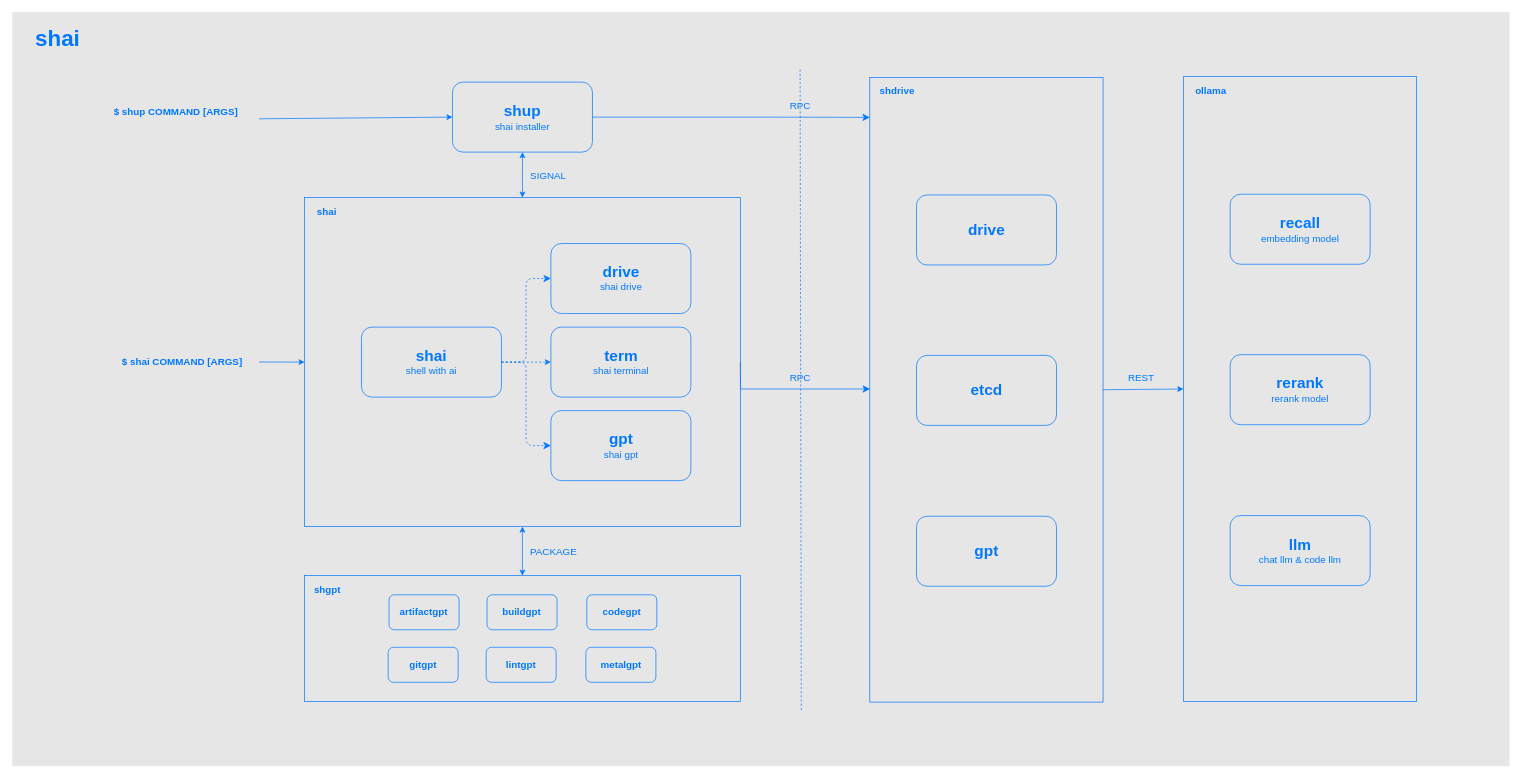
The draw.io diagram arch.drawio in ai-flowx/.github, before the edit. Source tidied: cells renumbered, new cells numbered last; positions are measured from the earlier drawing's top-left corner, leaving out a move shared by most shapes. Both pictures are drawn from the tidied source at 70%, with x=0, y=0 at pixel (12, 11).
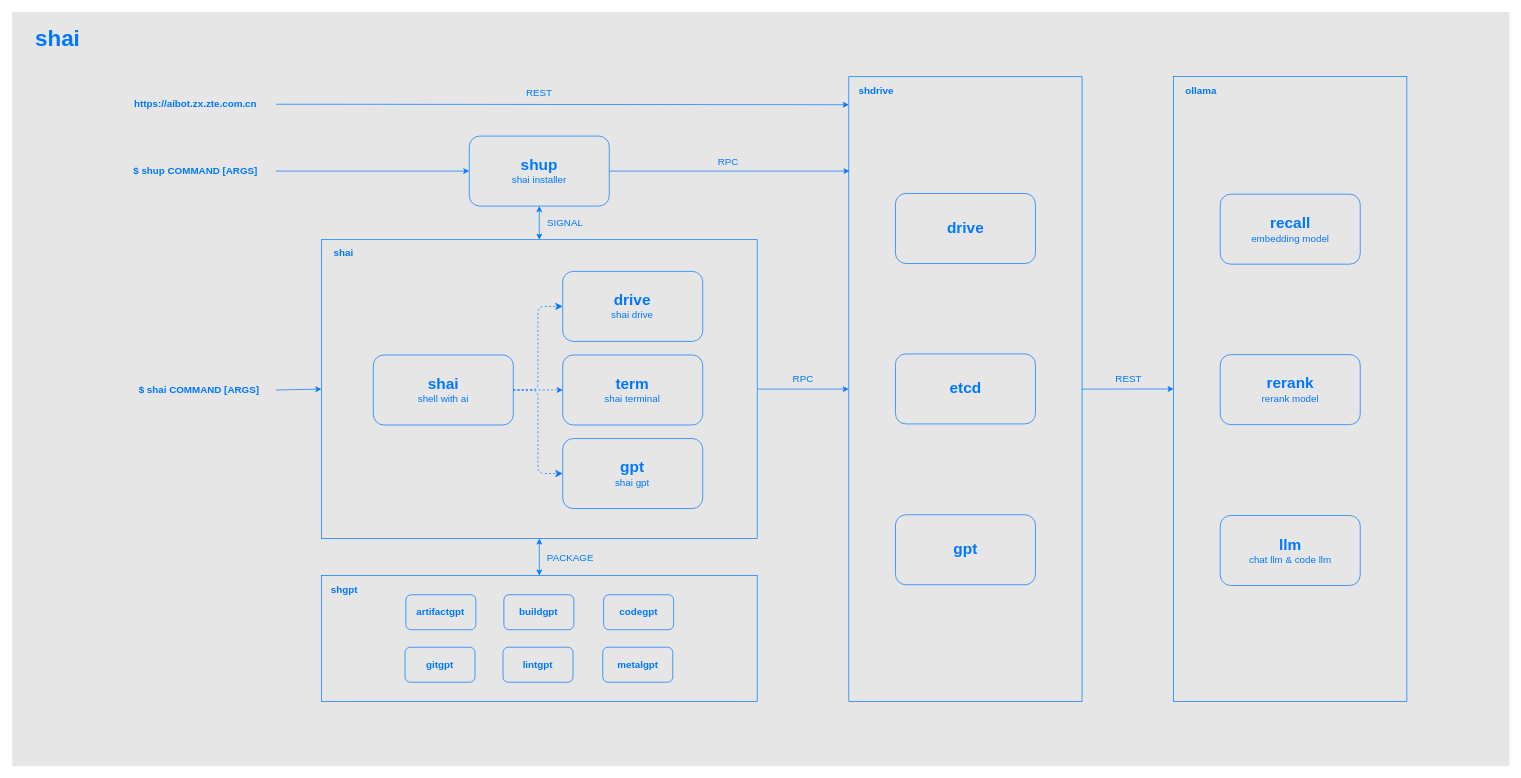
The same page after the edit.

Commit message (it also covers changes not shown here):
docs(profile): update arch files

What changed in the source:
```diff
@@
     <mxCell id="3" value="&lt;font color=&quot;#0077ff&quot; style=&quot;&quot;&gt;&lt;br&gt;&lt;/font&gt;" style="rounded=0;whiteSpace=wrap;html=1;strokeColor=#0077FF;fillColor=none;shadow=0;" parent="1" vertex="1">
-      <mxGeometry x="417.6" y="805.8" width="622.5" height="180" as="geometry" />
+      <mxGeometry x="441.7" y="805.6" width="622.5" height="180" as="geometry" />
     </mxCell>
     <mxCell id="4" style="rounded=0;whiteSpace=wrap;html=1;strokeColor=#0077FF;fontSize=14;fontColor=#0077FF;fillColor=none;" parent="1" vertex="1">
-      <mxGeometry x="417.6" y="265.8" width="622.5" height="470" as="geometry" />
+      <mxGeometry x="441.7" y="325.9" width="622.5" height="427" as="geometry" />
     </mxCell>
     <mxCell id="5" value="&lt;font color=&quot;#0077ff&quot; style=&quot;&quot;&gt;&lt;span style=&quot;font-weight: bold; font-size: 22px;&quot;&gt;shai&lt;/span&gt;&lt;br&gt;&lt;font style=&quot;font-size: 14px;&quot;&gt;shell with ai&lt;/font&gt;&lt;br&gt;&lt;/font&gt;" style="rounded=1;whiteSpace=wrap;html=1;strokeColor=#0077FF;fillColor=none;shadow=0;" parent="1" vertex="1">
-      <mxGeometry x="498.9" y="450.8" width="200" height="100" as="geometry" />
+      <mxGeometry x="515.8" y="490.6" width="200" height="100" as="geometry" />
     </mxCell>
     <mxCell id="6" value="$&amp;nbsp;shai COMMAND [ARGS]" style="text;html=1;strokeColor=none;fillColor=none;align=center;verticalAlign=middle;whiteSpace=wrap;rounded=0;fontStyle=1;dashed=1;fontColor=#0077FF;fontSize=14;" parent="1" vertex="1">
-      <mxGeometry x="132.6" y="478.2" width="220" height="45" as="geometry" />
+      <mxGeometry x="156.7" y="518.1" width="220" height="45" as="geometry" />
     </mxCell>
     <mxCell id="7" value="$&amp;nbsp;shup COMMAND [ARGS]" style="text;html=1;strokeColor=none;fillColor=none;align=center;verticalAlign=middle;whiteSpace=wrap;rounded=0;fontStyle=1;dashed=1;fontColor=#0077FF;fontSize=14;" parent="1" vertex="1">
-      <mxGeometry x="118.5" y="121.8" width="230" height="45" as="geometry" />
+      <mxGeometry x="146.7" y="205.4" width="230" height="45" as="geometry" />
     </mxCell>
@@
     <mxCell id="9" value="&lt;font color=&quot;#0077ff&quot; style=&quot;&quot;&gt;&lt;span style=&quot;font-weight: bold; font-size: 22px;&quot;&gt;shup&lt;/span&gt;&lt;br&gt;&lt;font style=&quot;font-size: 14px;&quot;&gt;shai installer&lt;/font&gt;&lt;br&gt;&lt;/font&gt;" style="rounded=1;whiteSpace=wrap;html=1;strokeColor=#0077FF;fillColor=none;shadow=0;" parent="1" vertex="1">
-      <mxGeometry x="628.9" y="100.8" width="200" height="100" as="geometry" />
+      <mxGeometry x="652.9" y="177.9" width="200" height="100" as="geometry" />
     </mxCell>
     <mxCell id="10" value="&lt;span style=&quot;border-color: var(--border-color); color: rgb(0, 119, 255); font-weight: bold; font-size: 22px;&quot;&gt;drive&lt;/span&gt;&lt;br style=&quot;border-color: var(--border-color); color: rgb(0, 119, 255);&quot;&gt;&lt;font style=&quot;border-color: var(--border-color); color: rgb(0, 119, 255); font-size: 14px;&quot;&gt;shai drive&lt;/font&gt;&lt;font color=&quot;#0077ff&quot; style=&quot;&quot;&gt;&lt;br&gt;&lt;/font&gt;" style="rounded=1;whiteSpace=wrap;html=1;strokeColor=#0077FF;fillColor=none;shadow=0;" parent="1" vertex="1">
-      <mxGeometry x="769.5" y="331.4" width="200" height="100" as="geometry" />
+      <mxGeometry x="786.4" y="371.2" width="200" height="100" as="geometry" />
     </mxCell>
-    <mxCell id="11" style="endArrow=classic;html=1;fontSize=14;fontColor=#0077FF;entryX=0;entryY=0.5;entryDx=0;entryDy=0;exitX=1;exitY=0.5;exitDx=0;exitDy=0;strokeColor=#0077FF;" parent="1" edge="1" target="9">
-      <mxGeometry relative="1" as="geometry">
-        <mxPoint x="352.6" y="153.2" as="sourcePoint" />
-      </mxGeometry>
+    <mxCell id="11" style="endArrow=classic;html=1;fontSize=14;fontColor=#0077FF;entryX=0;entryY=0.5;entryDx=0;entryDy=0;exitX=1;exitY=0.5;exitDx=0;exitDy=0;strokeColor=#0077FF;" parent="1" edge="1" source="7" target="9">
+      <mxGeometry relative="1" as="geometry" />
     </mxCell>
     <mxCell id="12" value="&lt;font color=&quot;#0077ff&quot; style=&quot;&quot;&gt;&lt;br&gt;&lt;/font&gt;" style="rounded=0;whiteSpace=wrap;html=1;strokeColor=#0077FF;fillColor=none;shadow=0;" parent="1" vertex="1">
-      <mxGeometry x="1225.1" y="94" width="333.2" height="892.5" as="geometry" />
+      <mxGeometry x="1195.1" y="93.1" width="333.2" height="892.5" as="geometry" />
     </mxCell>
@@
     <mxCell id="14" value="&lt;font color=&quot;#0077ff&quot; style=&quot;&quot;&gt;&lt;b style=&quot;&quot;&gt;&lt;font style=&quot;font-size: 14px;&quot;&gt;artifactgpt&lt;/font&gt;&lt;/b&gt;&lt;br&gt;&lt;/font&gt;" style="rounded=1;whiteSpace=wrap;html=1;strokeColor=#0077FF;fillColor=none;shadow=0;" parent="1" vertex="1">
-      <mxGeometry x="538.3" y="833.2" width="100" height="50" as="geometry" />
+      <mxGeometry x="562.3" y="833.1" width="100" height="50" as="geometry" />
     </mxCell>
     <mxCell id="15" value="&lt;font color=&quot;#0077ff&quot; style=&quot;&quot;&gt;&lt;b style=&quot;&quot;&gt;&lt;font style=&quot;font-size: 14px;&quot;&gt;buildgpt&lt;/font&gt;&lt;/b&gt;&lt;br&gt;&lt;/font&gt;" style="rounded=1;whiteSpace=wrap;html=1;strokeColor=#0077FF;fillColor=none;shadow=0;" parent="1" vertex="1">
-      <mxGeometry x="678.3" y="833.2" width="100" height="50" as="geometry" />
+      <mxGeometry x="702.3" y="833.1" width="100" height="50" as="geometry" />
     </mxCell>
     <mxCell id="16" value="&lt;font color=&quot;#0077ff&quot; style=&quot;&quot;&gt;&lt;b style=&quot;&quot;&gt;&lt;font style=&quot;font-size: 14px;&quot;&gt;codegpt&lt;/font&gt;&lt;/b&gt;&lt;br&gt;&lt;/font&gt;" style="rounded=1;whiteSpace=wrap;html=1;strokeColor=#0077FF;fillColor=none;shadow=0;" parent="1" vertex="1">
-      <mxGeometry x="820.8" y="833.2" width="100" height="50" as="geometry" />
+      <mxGeometry x="844.8" y="833.1" width="100" height="50" as="geometry" />
     </mxCell>
     <mxCell id="17" value="&lt;font color=&quot;#0077ff&quot; style=&quot;&quot;&gt;&lt;b style=&quot;&quot;&gt;&lt;font style=&quot;font-size: 14px;&quot;&gt;gitgpt&lt;/font&gt;&lt;/b&gt;&lt;br&gt;&lt;/font&gt;" style="rounded=1;whiteSpace=wrap;html=1;strokeColor=#0077FF;fillColor=none;shadow=0;" parent="1" vertex="1">
-      <mxGeometry x="537" y="908.2" width="100" height="50" as="geometry" />
+      <mxGeometry x="561.1" y="908.1" width="100" height="50" as="geometry" />
     </mxCell>
     <mxCell id="18" value="&lt;font color=&quot;#0077ff&quot; style=&quot;&quot;&gt;&lt;b style=&quot;&quot;&gt;&lt;font style=&quot;font-size: 14px;&quot;&gt;lintgpt&lt;/font&gt;&lt;/b&gt;&lt;br&gt;&lt;/font&gt;" style="rounded=1;whiteSpace=wrap;html=1;strokeColor=#0077FF;fillColor=none;shadow=0;" parent="1" vertex="1">
-      <mxGeometry x="677" y="908.2" width="100" height="50" as="geometry" />
+      <mxGeometry x="701.1" y="908.1" width="100" height="50" as="geometry" />
     </mxCell>
     <mxCell id="19" value="&lt;font color=&quot;#0077ff&quot; style=&quot;&quot;&gt;&lt;b style=&quot;&quot;&gt;&lt;font style=&quot;font-size: 14px;&quot;&gt;metalgpt&lt;/font&gt;&lt;/b&gt;&lt;br&gt;&lt;/font&gt;" style="rounded=1;whiteSpace=wrap;html=1;strokeColor=#0077FF;fillColor=none;shadow=0;" parent="1" vertex="1">
-      <mxGeometry x="819.5" y="908.2" width="100" height="50" as="geometry" />
+      <mxGeometry x="843.6" y="908.1" width="100" height="50" as="geometry" />
     </mxCell>
     <mxCell id="20" value="shgpt" style="text;strokeColor=none;fillColor=none;html=1;fontSize=14;fontStyle=1;verticalAlign=middle;align=center;rounded=0;shadow=0;fontColor=#0077FF;" parent="1" vertex="1">
-      <mxGeometry x="417.6" y="805.8" width="65" height="40" as="geometry" />
+      <mxGeometry x="441.7" y="805.6" width="65" height="40" as="geometry" />
     </mxCell>
     <mxCell id="21" value="shai" style="text;strokeColor=none;fillColor=none;html=1;fontSize=14;fontStyle=1;verticalAlign=middle;align=center;rounded=0;shadow=0;fontColor=#0077FF;" parent="1" vertex="1">
-      <mxGeometry x="417.6" y="265.8" width="62.5" height="40" as="geometry" />
+      <mxGeometry x="441.7" y="324.6" width="62.5" height="40" as="geometry" />
     </mxCell>
     <mxCell id="22" value="shdrive" style="text;strokeColor=none;fillColor=none;html=1;fontSize=14;fontStyle=1;verticalAlign=middle;align=center;rounded=0;shadow=0;fontColor=#0077FF;" parent="1" vertex="1">
-      <mxGeometry x="1225.1" y="94" width="77.5" height="40" as="geometry" />
+      <mxGeometry x="1195.1" y="93.1" width="77.5" height="40" as="geometry" />
     </mxCell>
     <mxCell id="23" value="&lt;font color=&quot;#0077ff&quot; style=&quot;&quot;&gt;&lt;span style=&quot;font-weight: bold; font-size: 22px;&quot;&gt;gpt&lt;/span&gt;&lt;br&gt;&lt;font style=&quot;font-size: 14px;&quot;&gt;shai gpt&lt;/font&gt;&lt;br&gt;&lt;/font&gt;" style="rounded=1;whiteSpace=wrap;html=1;strokeColor=#0077FF;fillColor=none;shadow=0;" parent="1" vertex="1">
-      <mxGeometry x="769.5" y="570.1" width="200" height="100" as="geometry" />
+      <mxGeometry x="786.4" y="610" width="200" height="100" as="geometry" />
     </mxCell>
@@
     <mxCell id="29" value="&lt;span style=&quot;border-color: var(--border-color); color: rgb(0, 119, 255); font-weight: bold; font-size: 22px;&quot;&gt;term&lt;/span&gt;&lt;br style=&quot;border-color: var(--border-color); color: rgb(0, 119, 255);&quot;&gt;&lt;font style=&quot;border-color: var(--border-color); color: rgb(0, 119, 255); font-size: 14px;&quot;&gt;shai terminal&lt;/font&gt;&lt;font color=&quot;#0077ff&quot; style=&quot;&quot;&gt;&lt;br&gt;&lt;/font&gt;" style="rounded=1;whiteSpace=wrap;html=1;strokeColor=#0077FF;fillColor=none;shadow=0;" parent="1" vertex="1">
-      <mxGeometry x="769.5" y="450.8" width="200" height="100" as="geometry" />
+      <mxGeometry x="786.4" y="490.6" width="200" height="100" as="geometry" />
     </mxCell>
@@
     <mxCell id="31" value="&lt;span style=&quot;color: rgb(0, 119, 255); font-size: 14px;&quot;&gt;SIGNAL&lt;/span&gt;" style="text;html=1;strokeColor=none;fillColor=none;align=center;verticalAlign=middle;whiteSpace=wrap;rounded=0;" parent="1" vertex="1">
-      <mxGeometry x="729.4" y="218.8" width="74" height="30" as="geometry" />
+      <mxGeometry x="753.4" y="286.9" width="74" height="30" as="geometry" />
     </mxCell>
     <mxCell id="32" value="&lt;span style=&quot;color: rgb(0, 119, 255); font-size: 14px;&quot;&gt;PACKAGE&lt;/span&gt;" style="text;html=1;strokeColor=none;fillColor=none;align=center;verticalAlign=middle;whiteSpace=wrap;rounded=0;" parent="1" vertex="1">
-      <mxGeometry x="729.4" y="756.8" width="89" height="30" as="geometry" />
+      <mxGeometry x="753.4" y="764.6" width="89" height="30" as="geometry" />
     </mxCell>
     <mxCell id="33" value="&lt;span style=&quot;color: rgb(0, 119, 255); font-size: 14px;&quot;&gt;REST&lt;/span&gt;" style="text;html=1;strokeColor=none;fillColor=none;align=center;verticalAlign=middle;whiteSpace=wrap;rounded=0;" parent="1" vertex="1">
-      <mxGeometry x="1576.1" y="507.8" width="74" height="30" as="geometry" />
+      <mxGeometry x="1558.1" y="509.9" width="74" height="30" as="geometry" />
     </mxCell>
-    <mxCell id="34" style="edgeStyle=elbowEdgeStyle;elbow=horizontal;endArrow=classic;html=1;curved=0;rounded=0;endSize=8;startSize=8;exitX=1;exitY=0.5;exitDx=0;exitDy=0;entryX=0;entryY=0.5;entryDx=0;entryDy=0;strokeColor=#0077FF;" parent="1" edge="1" source="4">
-      <mxGeometry relative="1" as="geometry">
-        <mxPoint x="1225.4" y="539.2" as="targetPoint" />
-        <Array as="points">
-          <mxPoint x="1040.4" y="528.8" />
-          <mxPoint x="1083.4" y="519.8" />
-        </Array>
-      </mxGeometry>
-    </mxCell>
-    <mxCell id="35" style="edgeStyle=elbowEdgeStyle;elbow=horizontal;endArrow=classic;html=1;curved=0;rounded=0;endSize=8;startSize=8;exitX=1;exitY=0.5;exitDx=0;exitDy=0;entryX=-0.001;entryY=0.064;entryDx=0;entryDy=0;strokeColor=#0077FF;entryPerimeter=0;" parent="1" edge="1" source="9">
-      <mxGeometry relative="1" as="geometry">
-        <mxPoint x="1225.2" y="151.2" as="targetPoint" />
-        <Array as="points">
-          <mxPoint x="1083.4" y="344.8" />
-        </Array>
-      </mxGeometry>
-    </mxCell>
-    <mxCell id="36" style="endArrow=none;html=1;strokeColor=#0077FF;dashed=1;" parent="1" edge="1">
-      <mxGeometry relative="1" as="geometry">
-        <mxPoint x="1127.2" y="997.8" as="sourcePoint" />
-        <mxPoint x="1125.5" y="80.7" as="targetPoint" />
-      </mxGeometry>
-    </mxCell>
-    <mxCell id="37" value="&lt;span style=&quot;color: rgb(0, 119, 255); font-size: 14px;&quot;&gt;RPC&lt;/span&gt;" style="text;html=1;strokeColor=none;fillColor=none;align=center;verticalAlign=middle;whiteSpace=wrap;rounded=0;" parent="1" vertex="1">
-      <mxGeometry x="1089.4" y="119.8" width="74" height="30" as="geometry" />
-    </mxCell>
     <mxCell id="38" value="&lt;span style=&quot;color: rgb(0, 119, 255); font-size: 14px;&quot;&gt;RPC&lt;/span&gt;" style="text;html=1;strokeColor=none;fillColor=none;align=center;verticalAlign=middle;whiteSpace=wrap;rounded=0;" parent="1" vertex="1">
-      <mxGeometry x="1089.4" y="507.8" width="74" height="30" as="geometry" />
+      <mxGeometry x="1093.1" y="509.9" width="74" height="30" as="geometry" />
     </mxCell>
     <mxCell id="39" value="&lt;span style=&quot;border-color: var(--border-color); color: rgb(0, 119, 255); font-weight: bold; font-size: 22px;&quot;&gt;drive&lt;/span&gt;&lt;font color=&quot;#0077ff&quot; style=&quot;&quot;&gt;&lt;br&gt;&lt;/font&gt;" style="rounded=1;whiteSpace=wrap;html=1;strokeColor=#0077FF;fillColor=none;shadow=0;" parent="1" vertex="1">
-      <mxGeometry x="1291.8" y="262" width="200" height="100" as="geometry" />
+      <mxGeometry x="1261.7" y="259.9" width="200" height="100" as="geometry" />
     </mxCell>
     <mxCell id="40" value="&lt;span style=&quot;border-color: var(--border-color); color: rgb(0, 119, 255); font-weight: bold; font-size: 22px;&quot;&gt;etcd&lt;/span&gt;&lt;font color=&quot;#0077ff&quot; style=&quot;&quot;&gt;&lt;br&gt;&lt;/font&gt;" style="rounded=1;whiteSpace=wrap;html=1;strokeColor=#0077FF;fillColor=none;shadow=0;" parent="1" vertex="1">
-      <mxGeometry x="1291.8" y="491.2" width="200" height="100" as="geometry" />
+      <mxGeometry x="1261.7" y="489.1" width="200" height="100" as="geometry" />
     </mxCell>
     <mxCell id="41" value="&lt;span style=&quot;border-color: var(--border-color); color: rgb(0, 119, 255); font-weight: bold; font-size: 22px;&quot;&gt;gpt&lt;/span&gt;&lt;font color=&quot;#0077ff&quot; style=&quot;&quot;&gt;&lt;br&gt;&lt;/font&gt;" style="rounded=1;whiteSpace=wrap;html=1;strokeColor=#0077FF;fillColor=none;shadow=0;" parent="1" vertex="1">
-      <mxGeometry x="1291.8" y="721" width="200" height="100" as="geometry" />
+      <mxGeometry x="1261.7" y="718.9" width="200" height="100" as="geometry" />
     </mxCell>
     <mxCell id="42" value="&lt;font color=&quot;#0077ff&quot; style=&quot;&quot;&gt;&lt;br&gt;&lt;/font&gt;" style="rounded=0;whiteSpace=wrap;html=1;strokeColor=#0077FF;fillColor=none;shadow=0;" parent="1" vertex="1">
-      <mxGeometry x="1673.1" y="93" width="333.2" height="892.5" as="geometry" />
+      <mxGeometry x="1659.1" y="92.9" width="333.2" height="892.5" as="geometry" />
     </mxCell>
     <mxCell id="43" value="ollama" style="text;strokeColor=none;fillColor=none;html=1;fontSize=14;fontStyle=1;verticalAlign=middle;align=center;rounded=0;shadow=0;fontColor=#0077FF;" parent="1" vertex="1">
-      <mxGeometry x="1673.1" y="93" width="77.5" height="40" as="geometry" />
+      <mxGeometry x="1659.1" y="92.9" width="77.5" height="40" as="geometry" />
     </mxCell>
     <mxCell id="44" value="&lt;span style=&quot;border-color: var(--border-color); color: rgb(0, 119, 255); font-weight: bold; font-size: 22px;&quot;&gt;recall&lt;/span&gt;&lt;br style=&quot;border-color: var(--border-color); color: rgb(0, 119, 255);&quot;&gt;&lt;font style=&quot;border-color: var(--border-color); color: rgb(0, 119, 255); font-size: 14px;&quot;&gt;embedding model&lt;/font&gt;&lt;font color=&quot;#0077ff&quot; style=&quot;&quot;&gt;&lt;br&gt;&lt;/font&gt;" style="rounded=1;whiteSpace=wrap;html=1;strokeColor=#0077FF;fillColor=none;shadow=0;" parent="1" vertex="1">
-      <mxGeometry x="1739.8" y="261" width="200" height="100" as="geometry" />
+      <mxGeometry x="1725.7" y="260.9" width="200" height="100" as="geometry" />
     </mxCell>
     <mxCell id="45" value="&lt;span style=&quot;border-color: var(--border-color); color: rgb(0, 119, 255); font-weight: bold; font-size: 22px;&quot;&gt;rerank&lt;/span&gt;&lt;br style=&quot;border-color: var(--border-color); color: rgb(0, 119, 255);&quot;&gt;&lt;font style=&quot;border-color: var(--border-color); color: rgb(0, 119, 255); font-size: 14px;&quot;&gt;rerank model&lt;/font&gt;&lt;font color=&quot;#0077ff&quot; style=&quot;&quot;&gt;&lt;br&gt;&lt;/font&gt;" style="rounded=1;whiteSpace=wrap;html=1;strokeColor=#0077FF;fillColor=none;shadow=0;" parent="1" vertex="1">
-      <mxGeometry x="1739.8" y="490.2" width="200" height="100" as="geometry" />
+      <mxGeometry x="1725.7" y="490.1" width="200" height="100" as="geometry" />
     </mxCell>
     <mxCell id="46" value="&lt;span style=&quot;border-color: var(--border-color); color: rgb(0, 119, 255); font-weight: bold; font-size: 22px;&quot;&gt;llm&lt;/span&gt;&lt;br style=&quot;border-color: var(--border-color); color: rgb(0, 119, 255);&quot;&gt;&lt;font style=&quot;border-color: var(--border-color); color: rgb(0, 119, 255); font-size: 14px;&quot;&gt;chat llm &amp;amp; code llm&lt;/font&gt;&lt;font color=&quot;#0077ff&quot; style=&quot;&quot;&gt;&lt;br&gt;&lt;/font&gt;" style="rounded=1;whiteSpace=wrap;html=1;strokeColor=#0077FF;fillColor=none;shadow=0;" parent="1" vertex="1">
-      <mxGeometry x="1739.8" y="720" width="200" height="100" as="geometry" />
+      <mxGeometry x="1725.7" y="719.9" width="200" height="100" as="geometry" />
     </mxCell>
+    <mxCell id="47" style="endArrow=classic;html=1;fontSize=14;fontColor=#0077FF;exitX=1;exitY=0.5;exitDx=0;exitDy=0;strokeColor=#0077FF;" parent="1" edge="1" source="9">
+      <mxGeometry relative="1" as="geometry">
+        <mxPoint x="1196.1" y="227.9" as="targetPoint" />
+      </mxGeometry>
+    </mxCell>
+    <mxCell id="48" style="endArrow=classic;html=1;fontSize=14;fontColor=#0077FF;strokeColor=#0077FF;exitX=1;exitY=0.5;exitDx=0;exitDy=0;entryX=0;entryY=0.5;entryDx=0;entryDy=0;" parent="1" edge="1" source="4" target="12">
+      <mxGeometry relative="1" as="geometry" />
+    </mxCell>
+    <mxCell id="37" value="&lt;span style=&quot;color: rgb(0, 119, 255); font-size: 14px;&quot;&gt;RPC&lt;/span&gt;" style="text;html=1;strokeColor=none;fillColor=none;align=center;verticalAlign=middle;whiteSpace=wrap;rounded=0;" parent="1" vertex="1">
+      <mxGeometry x="986.4" y="198.9" width="74" height="30" as="geometry" />
+    </mxCell>
+    <mxCell id="49" style="endArrow=classic;html=1;fontSize=14;fontColor=#0077FF;entryX=0;entryY=1;entryDx=0;entryDy=0;exitX=1;exitY=0.5;exitDx=0;exitDy=0;strokeColor=#0077FF;" parent="1" edge="1" source="50" target="22">
+      <mxGeometry relative="1" as="geometry" />
+    </mxCell>
+    <mxCell id="50" value="https://aibot.zx.zte.com.cn" style="text;html=1;strokeColor=none;fillColor=none;align=center;verticalAlign=middle;whiteSpace=wrap;rounded=0;fontStyle=1;dashed=1;fontColor=#0077FF;fontSize=14;" parent="1" vertex="1">
+      <mxGeometry x="146.7" y="109.9" width="230" height="45" as="geometry" />
+    </mxCell>
+    <mxCell id="51" value="&lt;span style=&quot;color: rgb(0, 119, 255); font-size: 14px;&quot;&gt;REST&lt;/span&gt;" style="text;html=1;strokeColor=none;fillColor=none;align=center;verticalAlign=middle;whiteSpace=wrap;rounded=0;" parent="1" vertex="1">
+      <mxGeometry x="715.9" y="101" width="74" height="30" as="geometry" />
+    </mxCell>
```
